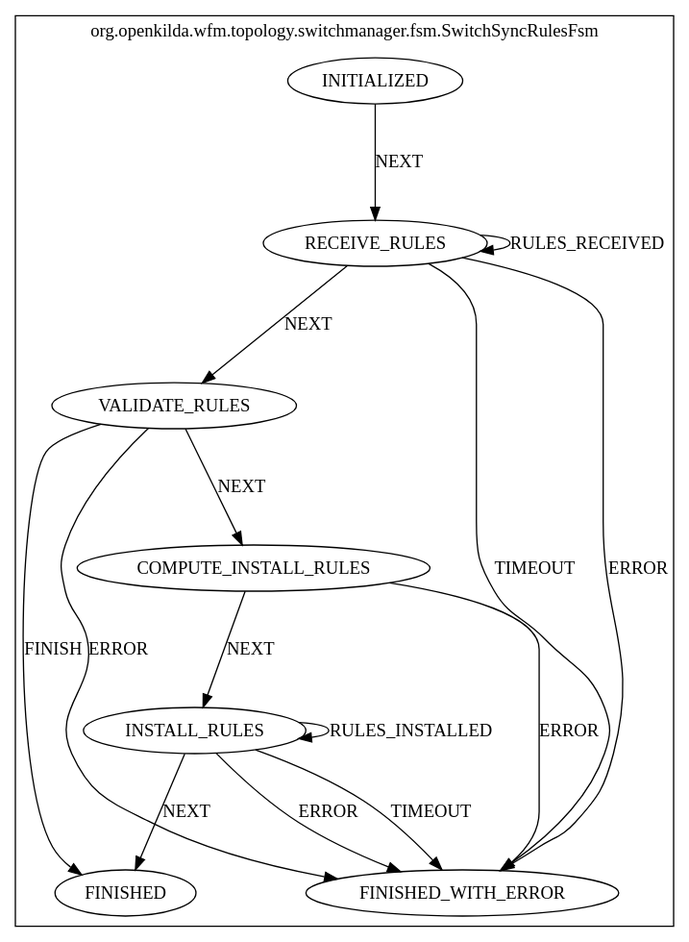
Above: docs/design/hub-and-spoke/switch-sync-rules/switch-sync-rules-fsm.png in telstra/open-kilda (Graphviz), before the change. Its source is kept beside it as docs/design/hub-and-spoke/switch-sync-rules/switch-sync-rules-fsm.dot.
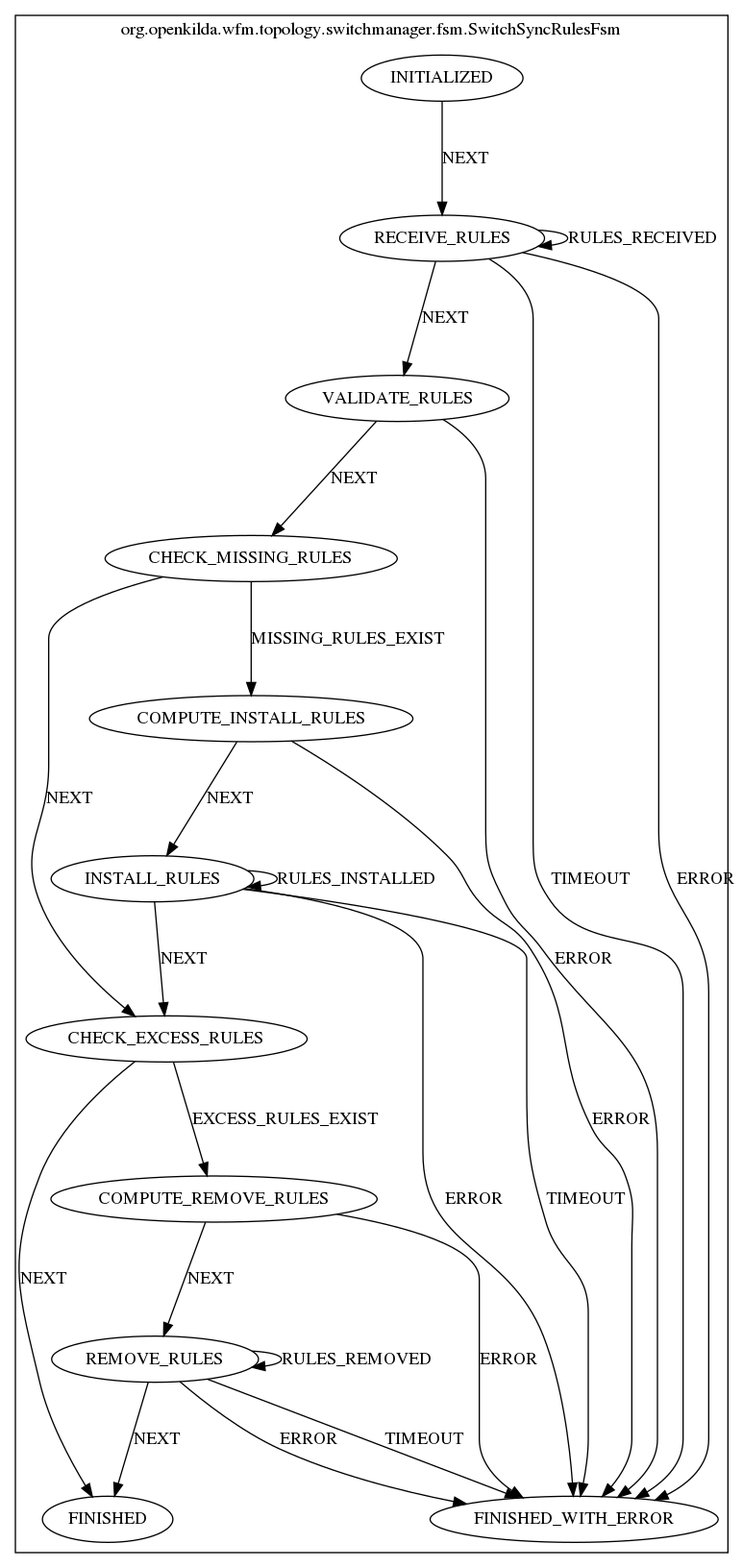
The same file after the commit.

Diff of the diagram source:
```diff
@@ -1,26 +1,39 @@
 digraph {
-    compound=true;
-    subgraph cluster_StateMachine {
-    label="org.openkilda.wfm.topology.switchmanager.fsm.SwitchSyncRulesFsm";
-    FINISHED [label="FINISHED"];
-    VALIDATE_RULES [label="VALIDATE_RULES"];
-    FINISHED_WITH_ERROR [label="FINISHED_WITH_ERROR"];
-    INITIALIZED [label="INITIALIZED"];
-    COMPUTE_INSTALL_RULES [label="COMPUTE_INSTALL_RULES"];
-    RECEIVE_RULES [label="RECEIVE_RULES"];
-    INSTALL_RULES [label="INSTALL_RULES"];
+compound=true;
+subgraph cluster_StateMachine {
+label="org.openkilda.wfm.topology.switchmanager.fsm.SwitchSyncRulesFsm";
+FINISHED [label="FINISHED"];
+CHECK_MISSING_RULES [label="CHECK_MISSING_RULES"];
+COMPUTE_REMOVE_RULES [label="COMPUTE_REMOVE_RULES"];
+VALIDATE_RULES [label="VALIDATE_RULES"];
+CHECK_EXCESS_RULES [label="CHECK_EXCESS_RULES"];
+FINISHED_WITH_ERROR [label="FINISHED_WITH_ERROR"];
+INITIALIZED [label="INITIALIZED"];
+INSTALL_RULES [label="INSTALL_RULES"];
+COMPUTE_INSTALL_RULES [label="COMPUTE_INSTALL_RULES"];
+REMOVE_RULES [label="REMOVE_RULES"];
+RECEIVE_RULES [label="RECEIVE_RULES"];
 
-    VALIDATE_RULES -> FINISHED_WITH_ERROR [ label="ERROR"];
-    VALIDATE_RULES -> FINISHED [ label="FINISH"];
-    VALIDATE_RULES -> COMPUTE_INSTALL_RULES [ label="NEXT"];
-    INITIALIZED -> RECEIVE_RULES [ label="NEXT"];
-    COMPUTE_INSTALL_RULES -> FINISHED_WITH_ERROR [ label="ERROR"];
-    COMPUTE_INSTALL_RULES -> INSTALL_RULES [ label="NEXT"];
-    RECEIVE_RULES -> RECEIVE_RULES [ label="RULES_RECEIVED"];
-    RECEIVE_RULES -> FINISHED_WITH_ERROR [ label="TIMEOUT"];
-    RECEIVE_RULES -> FINISHED_WITH_ERROR [ label="ERROR"];
-    RECEIVE_RULES -> VALIDATE_RULES [ label="NEXT"];
-    INSTALL_RULES -> INSTALL_RULES [ label="RULES_INSTALLED"];
-    INSTALL_RULES -> FINISHED_WITH_ERROR [ label="TIMEOUT"];
-    INSTALL_RULES -> FINISHED_WITH_ERROR [ label="ERROR"];
-    INSTALL_RULES -> FINISHED [ label="NEXT"];}}
+CHECK_MISSING_RULES -> CHECK_EXCESS_RULES [ label="NEXT"];
+CHECK_MISSING_RULES -> COMPUTE_INSTALL_RULES [ label="MISSING_RULES_EXIST"];
+COMPUTE_REMOVE_RULES -> FINISHED_WITH_ERROR [ label="ERROR"];
+COMPUTE_REMOVE_RULES -> REMOVE_RULES [ label="NEXT"];
+VALIDATE_RULES -> CHECK_MISSING_RULES [ label="NEXT"];
+VALIDATE_RULES -> FINISHED_WITH_ERROR [ label="ERROR"];
+CHECK_EXCESS_RULES -> FINISHED [ label="NEXT"];
+CHECK_EXCESS_RULES -> COMPUTE_REMOVE_RULES [ label="EXCESS_RULES_EXIST"];
+INITIALIZED -> RECEIVE_RULES [ label="NEXT"];
+INSTALL_RULES -> INSTALL_RULES [ label="RULES_INSTALLED"];
+INSTALL_RULES -> FINISHED_WITH_ERROR [ label="TIMEOUT"];
+INSTALL_RULES -> FINISHED_WITH_ERROR [ label="ERROR"];
+INSTALL_RULES -> CHECK_EXCESS_RULES [ label="NEXT"];
+COMPUTE_INSTALL_RULES -> FINISHED_WITH_ERROR [ label="ERROR"];
+COMPUTE_INSTALL_RULES -> INSTALL_RULES [ label="NEXT"];
+REMOVE_RULES -> REMOVE_RULES [ label="RULES_REMOVED"];
+REMOVE_RULES -> FINISHED_WITH_ERROR [ label="TIMEOUT"];
+REMOVE_RULES -> FINISHED_WITH_ERROR [ label="ERROR"];
+REMOVE_RULES -> FINISHED [ label="NEXT"];
+RECEIVE_RULES -> RECEIVE_RULES [ label="RULES_RECEIVED"];
+RECEIVE_RULES -> FINISHED_WITH_ERROR [ label="TIMEOUT"];
+RECEIVE_RULES -> FINISHED_WITH_ERROR [ label="ERROR"];
+RECEIVE_RULES -> VALIDATE_RULES [ label="NEXT"];}}
```
